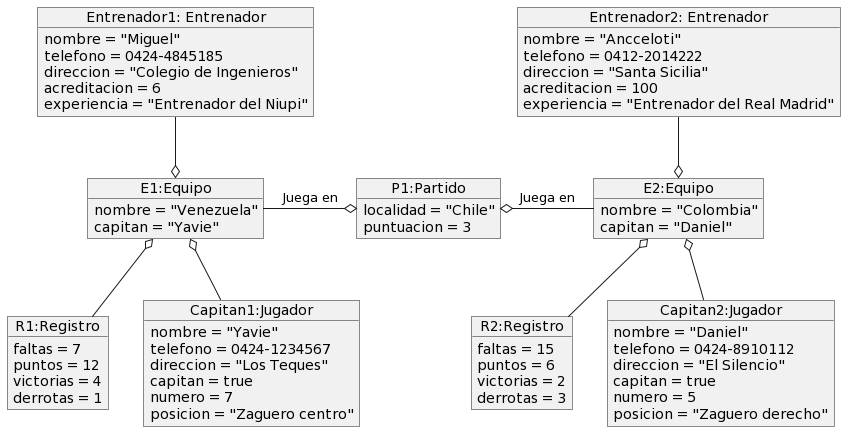
The PlantUML diagram out/docs/diagrams/reto04DiagramaDeObjetos/DiagramaDeObjetos.png in JhonatanHZ/IS-022023, before a commit.
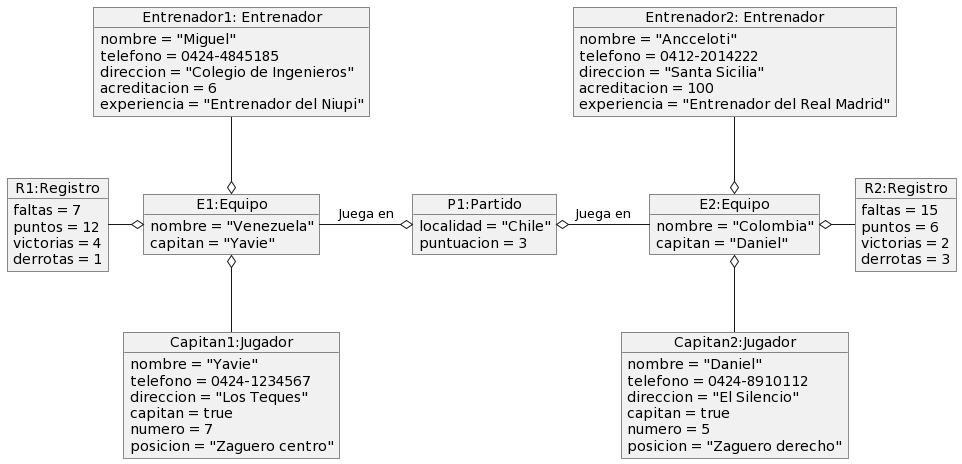
The same file after the commit.

Commit message:
Diagrama de clases y objetos

What changed in the source:
```diff
@@ -64,8 +64,8 @@
 
 E1  -r-o P1: Juega en
 E2  -l-o P1: Juega en
-R1  -u-o E1
-R2  -u-o E2
+R1  -r-o E1
+R2  -l-o E2
 C1  -u-o E1
 C2  -u-o E2
 DT1 -d-o E1
```
